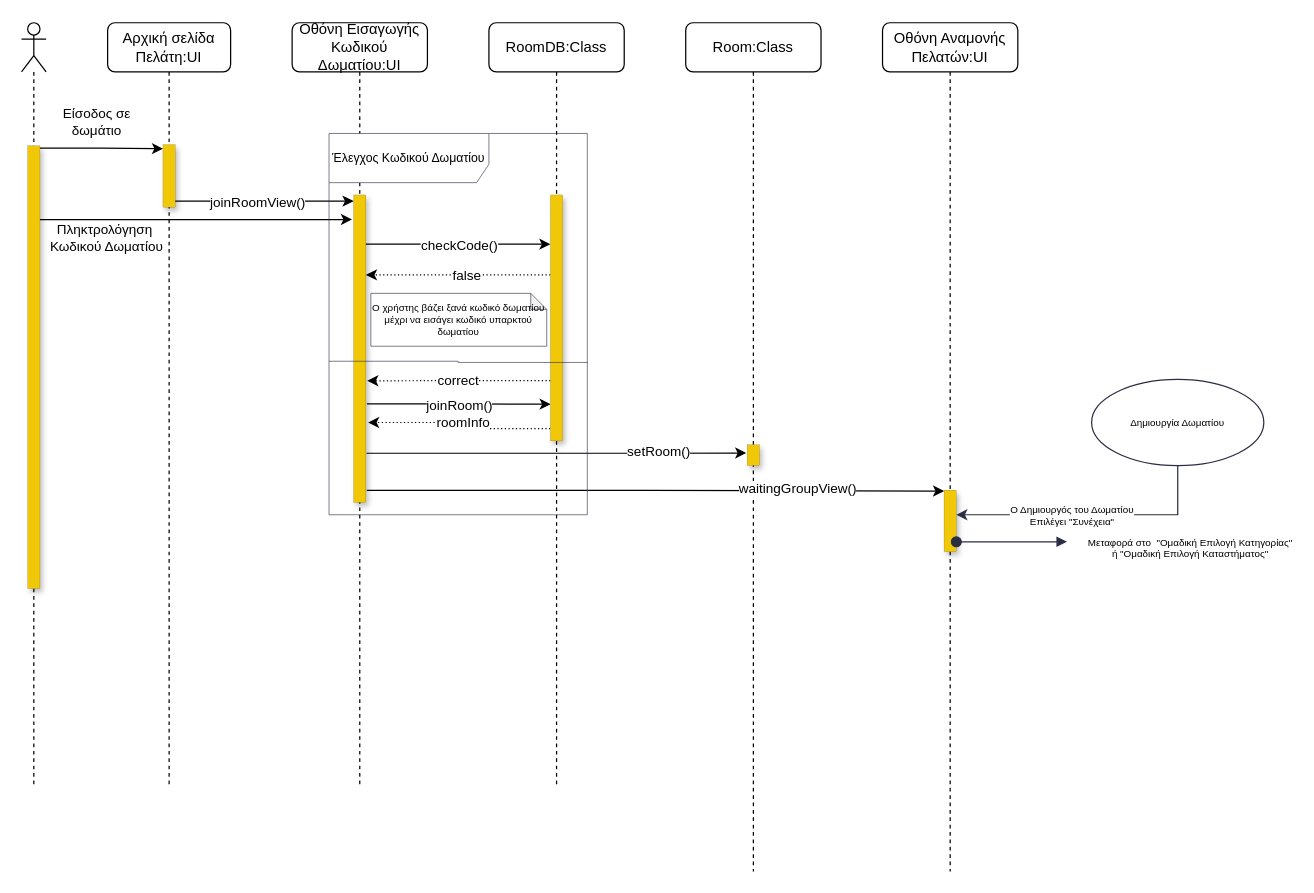
This is docs/contributions/iloudaros/Diagrams/Sequence Diagrams/Είσοδος σε Δωμάτιο/Είσοδος σε Δωμάτιο Sequence.drawio from iloudaros/nomnomr, a draw.io file, before an edit. Source tidied: cells renumbered, new cells numbered last; positions are measured from the earlier drawing's top-left corner, leaving out a move shared by most shapes. Both pictures are drawn from the tidied source at 123%, with x=0, y=0 at pixel (21, 22).
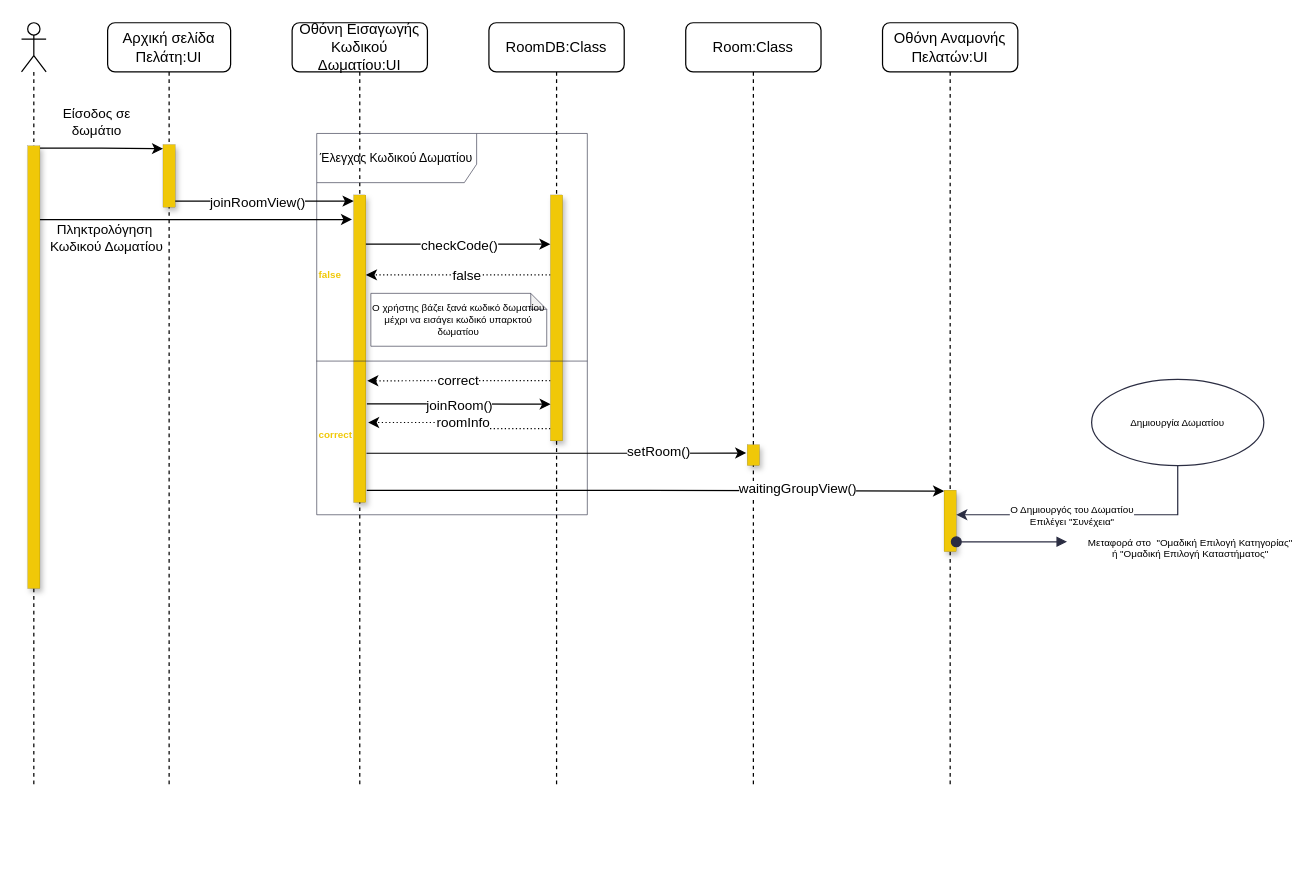
After the change.

Commit message (it also covers changes not shown here):
Εξασφάλιση συνοχής μεταξύ Class Diagram - Sequence iloudaros

Change to the diagram source:
```diff
@@
+    <mxCell id="40" value="&lt;span style=&quot;&quot;&gt;Έλεγχος Κωδικού Δωματίου&lt;/span&gt;" style="shape=umlFrame;whiteSpace=wrap;html=1;fontSize=10;width=130;height=40;strokeWidth=0.5;strokeColor=#2B2D42;labelBackgroundColor=none;" parent="1" vertex="1">
+      <mxGeometry x="240" y="90" width="220" height="310" as="geometry" />
+    </mxCell>
@@
     <mxCell id="9" value="Οθόνη Αναμονής Πελατών:UI" style="shape=umlLifeline;perimeter=lifelinePerimeter;whiteSpace=wrap;html=1;glass=0;rounded=1;" parent="1" vertex="1">
-      <mxGeometry x="700" width="110" height="690" as="geometry" />
+      <mxGeometry x="700" width="110" height="620" as="geometry" />
     </mxCell>
@@
     <mxCell id="23" value="Room:Class" style="shape=umlLifeline;perimeter=lifelinePerimeter;whiteSpace=wrap;html=1;glass=0;rounded=1;" parent="1" vertex="1">
-      <mxGeometry x="540" width="110" height="690" as="geometry" />
+      <mxGeometry x="540" width="110" height="620" as="geometry" />
     </mxCell>
@@
-    <mxCell id="32" style="endArrow=none;html=1;rounded=0;exitX=0;exitY=0.704;exitDx=0;exitDy=0;exitPerimeter=0;edgeStyle=elbowEdgeStyle;strokeWidth=0.5;strokeColor=#2B2D42;entryX=1.001;entryY=0.707;entryDx=0;entryDy=0;entryPerimeter=0;" parent="1" edge="1">
-      <mxGeometry relative="1" as="geometry">
-        <mxPoint x="250" y="275.2" as="sourcePoint" />
-        <mxPoint x="460.2" y="276.2" as="targetPoint" />
-      </mxGeometry>
+    <mxCell id="32" style="endArrow=none;html=1;rounded=0;exitX=-0.001;exitY=0.597;exitDx=0;exitDy=0;exitPerimeter=0;edgeStyle=orthogonalEdgeStyle;strokeWidth=0.5;strokeColor=#2B2D42;entryX=1;entryY=0.597;entryDx=0;entryDy=0;entryPerimeter=0;" parent="1" edge="1" source="40" target="40">
+      <mxGeometry relative="1" as="geometry" />
     </mxCell>
@@
-    <mxCell id="40" value="&lt;span style=&quot;&quot;&gt;Έλεγχος Κωδικού Δωματίου&lt;/span&gt;" style="shape=umlFrame;whiteSpace=wrap;html=1;fontSize=10;width=130;height=40;strokeWidth=0.5;strokeColor=#2B2D42;labelBackgroundColor=none;" parent="1" vertex="1">
-      <mxGeometry x="250" y="90" width="210" height="310" as="geometry" />
-    </mxCell>
+    <mxCell id="41" value="false" style="text;html=1;strokeColor=none;fillColor=none;align=left;verticalAlign=middle;whiteSpace=wrap;rounded=0;fontStyle=1;fontColor=#F0C808;fontSize=8;" parent="1" vertex="1">
+      <mxGeometry x="240" y="190" width="30" height="30" as="geometry" />
+    </mxCell>
+    <mxCell id="42" value="correct" style="text;html=1;strokeColor=none;fillColor=none;align=left;verticalAlign=middle;whiteSpace=wrap;rounded=0;fontStyle=1;fontColor=#F0C808;fontSize=8;" parent="1" vertex="1">
+      <mxGeometry x="240" y="320" width="30" height="30" as="geometry" />
+    </mxCell>
```
